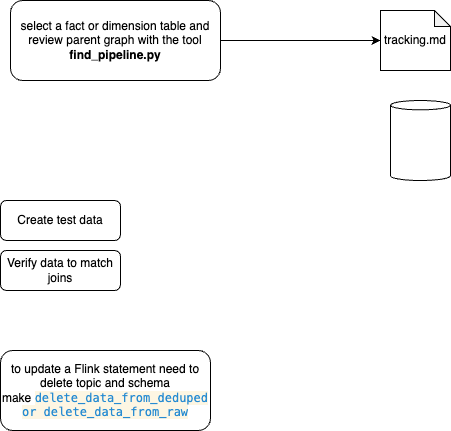
Above: docs/images/working_flow_chart.drawio.png in jbcodeforce/shift_left_utils (draw.io), before the change. Source tidied: cells renumbered, new cells last; positions are measured from the earlier drawing's top-left corner, leaving out a move shared by most shapes.
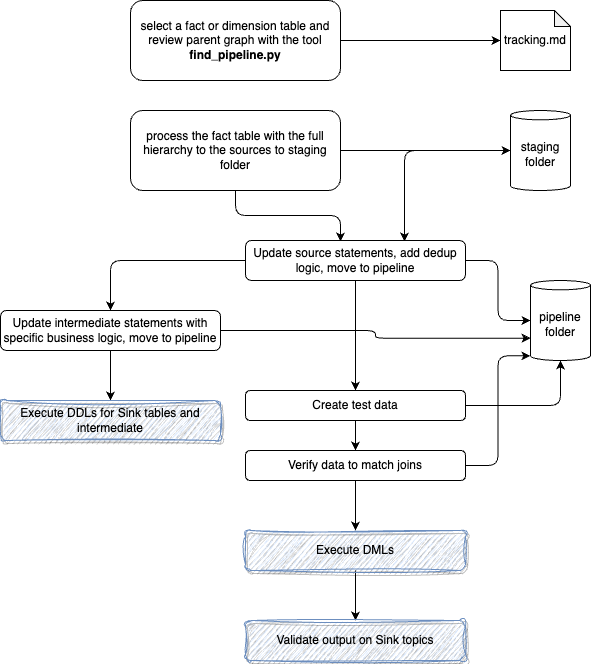
Above is the later version.

Commit message:
update flow and add explanation of the flow

The edit, as a diff of the source:
```diff
@@ -8,20 +8,77 @@
     <mxCell id="3" value="select a fact or dimension table and review parent graph with the tool &lt;b&gt;find_pipeline.py&lt;/b&gt;" style="rounded=1;whiteSpace=wrap;html=1;" parent="1" vertex="1">
       <mxGeometry x="10" width="210" height="80" as="geometry" />
     </mxCell>
-    <mxCell id="4" value="to update a Flink statement need to delete topic and schema&lt;br&gt;make&amp;nbsp;&lt;span style=&quot;color: rgb(38, 139, 210); background-color: rgb(253, 246, 227); font-family: Menlo, Monaco, &amp;quot;Courier New&amp;quot;, monospace;&quot;&gt;delete_data_from_deduped or&amp;nbsp;&lt;/span&gt;&lt;span style=&quot;color: rgb(38, 139, 210); background-color: rgb(253, 246, 227); font-family: Menlo, Monaco, &amp;quot;Courier New&amp;quot;, monospace;&quot;&gt;delete_data_from_raw&lt;/span&gt;" style="rounded=1;whiteSpace=wrap;html=1;" parent="1" vertex="1">
-      <mxGeometry y="350" width="210" height="80" as="geometry" />
-    </mxCell>
     <mxCell id="5" value="tracking.md" style="shape=note;whiteSpace=wrap;html=1;backgroundOutline=1;darkOpacity=0.05;size=16;" parent="1" vertex="1">
       <mxGeometry x="380" y="10" width="70" height="60" as="geometry" />
     </mxCell>
+    <mxCell id="9" style="edgeStyle=orthogonalEdgeStyle;html=1;entryX=0.723;entryY=0.025;entryDx=0;entryDy=0;entryPerimeter=0;" parent="1" edge="1" source="6" target="20">
+      <mxGeometry relative="1" as="geometry" />
+    </mxCell>
-    <mxCell id="6" style="shape=cylinder3;whiteSpace=wrap;html=1;boundedLbl=1;backgroundOutline=1;size=4.6692657470703125;" parent="1" vertex="1">
-      <mxGeometry x="390" y="100" width="60" height="80" as="geometry" />
+    <mxCell id="6" value="staging folder" style="shape=cylinder3;whiteSpace=wrap;html=1;boundedLbl=1;backgroundOutline=1;size=4.6692657470703125;" parent="1" vertex="1">
+      <mxGeometry x="390" y="110" width="60" height="80" as="geometry" />
     </mxCell>
+    <mxCell id="10" style="edgeStyle=orthogonalEdgeStyle;html=1;" parent="1" edge="1" source="7" target="21">
+      <mxGeometry relative="1" as="geometry" />
+    </mxCell>
+    <mxCell id="11" style="edgeStyle=orthogonalEdgeStyle;html=1;" parent="1" edge="1" source="7" target="8">
+      <mxGeometry relative="1" as="geometry" />
+    </mxCell>
     <mxCell id="7" value="Create test data" style="rounded=1;whiteSpace=wrap;html=1;" parent="1" vertex="1">
-      <mxGeometry y="200" width="120" height="40" as="geometry" />
+      <mxGeometry x="125" y="390" width="220" height="30" as="geometry" />
     </mxCell>
+    <mxCell id="12" style="edgeStyle=orthogonalEdgeStyle;html=1;entryX=0;entryY=1;entryDx=0;entryDy=-4.6692657470703125;entryPerimeter=0;" parent="1" edge="1" source="8" target="21">
+      <mxGeometry relative="1" as="geometry" />
+    </mxCell>
+    <mxCell id="13" style="edgeStyle=orthogonalEdgeStyle;html=1;" parent="1" edge="1" source="8" target="23">
+      <mxGeometry relative="1" as="geometry" />
+    </mxCell>
     <mxCell id="8" value="Verify data to match joins" style="rounded=1;whiteSpace=wrap;html=1;" parent="1" vertex="1">
-      <mxGeometry y="250" width="120" height="40" as="geometry" />
+      <mxGeometry x="125" y="450" width="220" height="30" as="geometry" />
     </mxCell>
+    <mxCell id="14" style="edgeStyle=none;html=1;entryX=0;entryY=0.5;entryDx=0;entryDy=0;entryPerimeter=0;" parent="1" edge="1" source="17" target="6">
+      <mxGeometry relative="1" as="geometry" />
+    </mxCell>
+    <mxCell id="15" style="edgeStyle=orthogonalEdgeStyle;html=1;entryX=0.432;entryY=0.025;entryDx=0;entryDy=0;entryPerimeter=0;" parent="1" edge="1" source="17" target="20">
+      <mxGeometry relative="1" as="geometry" />
+    </mxCell>
+    <mxCell id="16" style="edgeStyle=orthogonalEdgeStyle;html=1;exitX=0;exitY=0.5;exitDx=0;exitDy=0;" parent="1" edge="1" source="20" target="26">
+      <mxGeometry relative="1" as="geometry" />
+    </mxCell>
+    <mxCell id="17" value="process the fact table with the full hierarchy to the sources to staging folder" style="rounded=1;whiteSpace=wrap;html=1;" parent="1" vertex="1">
+      <mxGeometry x="10" y="110" width="210" height="80" as="geometry" />
+    </mxCell>
+    <mxCell id="18" style="edgeStyle=orthogonalEdgeStyle;html=1;entryX=0;entryY=0.5;entryDx=0;entryDy=0;entryPerimeter=0;" parent="1" edge="1" source="20" target="21">
+      <mxGeometry relative="1" as="geometry" />
+    </mxCell>
+    <mxCell id="19" style="edgeStyle=orthogonalEdgeStyle;html=1;exitX=0.5;exitY=1;exitDx=0;exitDy=0;" parent="1" edge="1" source="20" target="7">
+      <mxGeometry relative="1" as="geometry" />
+    </mxCell>
+    <mxCell id="20" value="Update source statements, add dedup logic, move to pipeline" style="rounded=1;whiteSpace=wrap;html=1;" parent="1" vertex="1">
+      <mxGeometry x="125" y="240" width="220" height="40" as="geometry" />
+    </mxCell>
+    <mxCell id="21" value="pipeline folder" style="shape=cylinder3;whiteSpace=wrap;html=1;boundedLbl=1;backgroundOutline=1;size=4.6692657470703125;" parent="1" vertex="1">
+      <mxGeometry x="410" y="280" width="60" height="80" as="geometry" />
+    </mxCell>
+    <mxCell id="22" style="edgeStyle=orthogonalEdgeStyle;html=1;" parent="1" edge="1" source="23" target="28">
+      <mxGeometry relative="1" as="geometry" />
+    </mxCell>
+    <mxCell id="23" value="Execute DMLs" style="rounded=1;whiteSpace=wrap;html=1;fillColor=#dae8fc;strokeColor=#6c8ebf;shadow=1;sketch=1;curveFitting=1;jiggle=2;" parent="1" vertex="1">
+      <mxGeometry x="125" y="530" width="220" height="40" as="geometry" />
+    </mxCell>
+    <mxCell id="24" style="edgeStyle=orthogonalEdgeStyle;html=1;" parent="1" edge="1" source="26" target="27">
+      <mxGeometry relative="1" as="geometry" />
+    </mxCell>
+    <mxCell id="25" style="edgeStyle=orthogonalEdgeStyle;html=1;entryX=0;entryY=0;entryDx=0;entryDy=57.665367126464844;entryPerimeter=0;" parent="1" edge="1" source="26" target="21">
+      <mxGeometry relative="1" as="geometry" />
+    </mxCell>
+    <mxCell id="26" value="Update intermediate statements with specific business logic, move to pipeline" style="rounded=1;whiteSpace=wrap;html=1;" parent="1" vertex="1">
+      <mxGeometry x="-120" y="310" width="220" height="40" as="geometry" />
+    </mxCell>
+    <mxCell id="27" value="Execute DDLs for Sink tables and intermediate" style="rounded=1;whiteSpace=wrap;html=1;fillColor=#dae8fc;strokeColor=#6c8ebf;shadow=1;sketch=1;curveFitting=1;jiggle=2;" parent="1" vertex="1">
+      <mxGeometry x="-120" y="400" width="220" height="40" as="geometry" />
+    </mxCell>
+    <mxCell id="28" value="Validate output on Sink topics" style="rounded=1;whiteSpace=wrap;html=1;fillColor=#dae8fc;strokeColor=#6c8ebf;shadow=1;sketch=1;curveFitting=1;jiggle=2;" parent="1" vertex="1">
+      <mxGeometry x="125" y="620" width="220" height="40" as="geometry" />
+    </mxCell>
   </root>
 </mxGraphModel>
```
